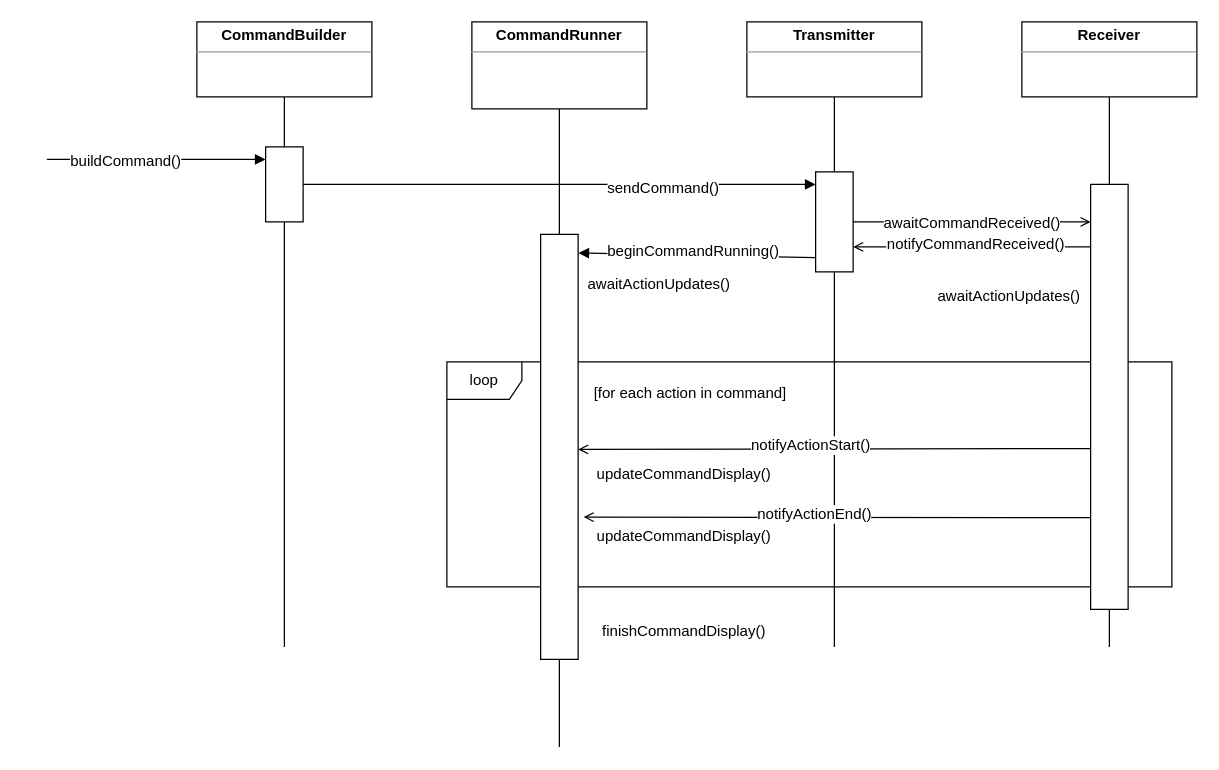
Above: diagrams/sequence_diagram_RHi-hacker.drawio in raulhackerclub/RHi-hacker (draw.io), before the change. Source tidied: cells renumbered, new cells numbered last; positions are measured from the earlier drawing's top-left corner, leaving out a move shared by most shapes. Both pictures are drawn from the tidied source at 125%, with x=0, y=0 at pixel (46, 21).
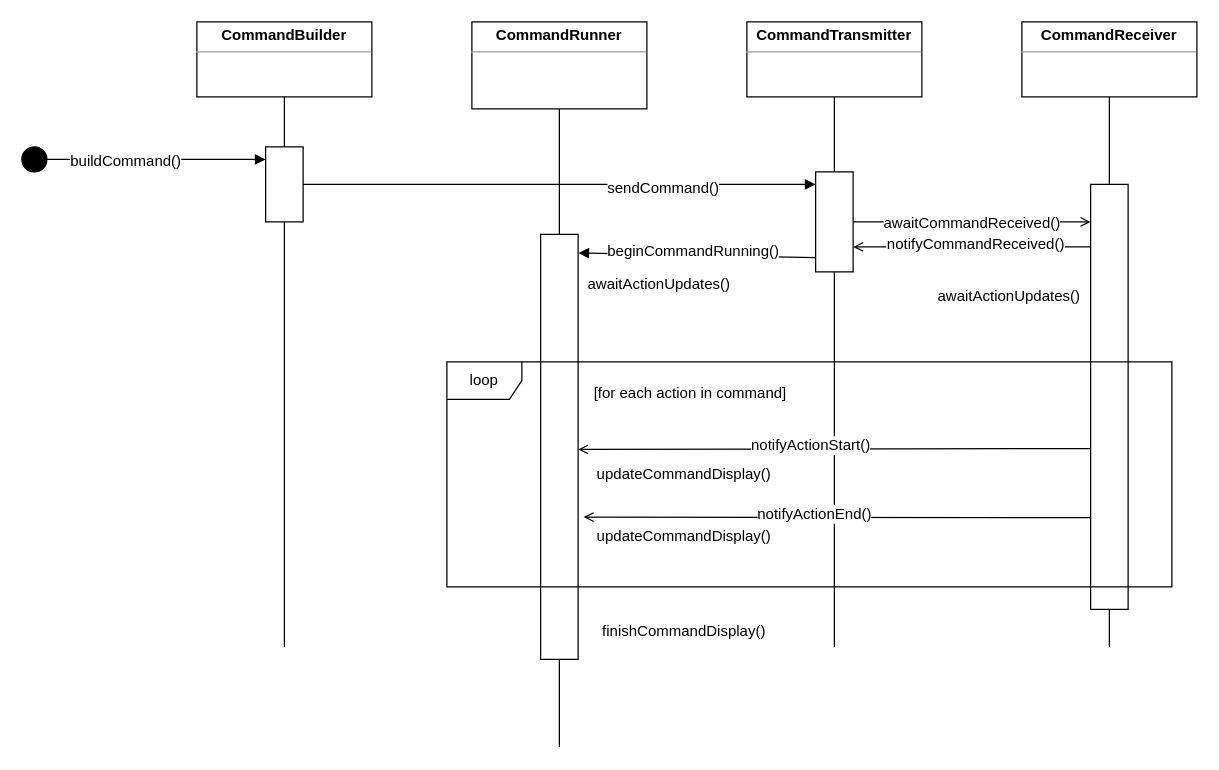
After the change.

Commit message:
Adiciona ponto de início

The change refers to these unchanged cells:
```xml
<mxCell id="6" style="group;" parent="1" vertex="1">
  <mxGeometry x="120" width="140" height="500" as="geometry" />
</mxCell>
<mxCell id="13" style="group;" parent="1" vertex="1">
  <mxGeometry x="560" width="140" height="500" as="geometry" />
</mxCell>
<mxCell id="18" style="group;" parent="1" vertex="1">
  <mxGeometry x="780" width="140" height="500" as="geometry" />
</mxCell>
```

Change to the diagram source:
```diff
@@
-    <mxCell id="5" value="loop" style="shape=umlFrame;whiteSpace=wrap;html=1;" parent="1" vertex="1">
-      <mxGeometry x="320" y="272" width="580" height="180" as="geometry" />
-    </mxCell>
@@
-    <mxCell id="11" style="endArrow=block;html=1;endFill=1;" parent="6" edge="1">
+    <mxCell id="11" style="endArrow=block;html=1;endFill=1;exitX=1;exitY=0.5;exitDx=0;exitDy=0;" parent="6" edge="1" source="43">
       <mxGeometry relative="1" as="geometry">
-        <mxPoint x="-120" y="110" as="sourcePoint" />
         <mxPoint x="55" y="110" as="targetPoint" />
       </mxGeometry>
     </mxCell>
@@
-    <mxCell id="15" value="&lt;p style=&quot;margin: 0px ; margin-top: 4px ; text-align: center&quot;&gt;&lt;b&gt;Transmitter&lt;/b&gt;&lt;br&gt;&lt;/p&gt;&lt;hr size=&quot;1&quot;&gt;&lt;div style=&quot;height: 2px&quot;&gt;&lt;/div&gt;" style="verticalAlign=top;align=left;overflow=fill;fontSize=12;fontFamily=Helvetica;html=1;" parent="13" vertex="1">
+    <mxCell id="15" value="&lt;p style=&quot;margin: 0px ; margin-top: 4px ; text-align: center&quot;&gt;&lt;b&gt;CommandTransmitter&lt;/b&gt;&lt;br&gt;&lt;/p&gt;&lt;hr size=&quot;1&quot;&gt;&lt;div style=&quot;height: 2px&quot;&gt;&lt;/div&gt;" style="verticalAlign=top;align=left;overflow=fill;fontSize=12;fontFamily=Helvetica;html=1;" parent="13" vertex="1">
       <mxGeometry width="140" height="60" as="geometry" />
     </mxCell>
@@
-    <mxCell id="20" value="&lt;p style=&quot;margin: 0px ; margin-top: 4px ; text-align: center&quot;&gt;&lt;b&gt;Receiver&lt;/b&gt;&lt;br&gt;&lt;/p&gt;&lt;hr size=&quot;1&quot;&gt;&lt;div style=&quot;height: 2px&quot;&gt;&lt;/div&gt;" style="verticalAlign=top;align=left;overflow=fill;fontSize=12;fontFamily=Helvetica;html=1;" parent="18" vertex="1">
+    <mxCell id="20" value="&lt;p style=&quot;margin: 0px ; margin-top: 4px ; text-align: center&quot;&gt;&lt;b&gt;CommandReceiver&lt;/b&gt;&lt;br&gt;&lt;/p&gt;&lt;hr size=&quot;1&quot;&gt;&lt;div style=&quot;height: 2px&quot;&gt;&lt;/div&gt;" style="verticalAlign=top;align=left;overflow=fill;fontSize=12;fontFamily=Helvetica;html=1;" parent="18" vertex="1">
       <mxGeometry width="140" height="60" as="geometry" />
     </mxCell>
@@
+    <mxCell id="43" style="ellipse;whiteSpace=wrap;html=1;fillColor=#000000;" parent="1" vertex="1">
+      <mxGeometry x="-20" y="100" width="20" height="20" as="geometry" />
+    </mxCell>
+    <mxCell id="5" value="loop" style="shape=umlFrame;whiteSpace=wrap;html=1;" parent="1" vertex="1">
+      <mxGeometry x="320" y="272" width="580" height="180" as="geometry" />
+    </mxCell>
```
